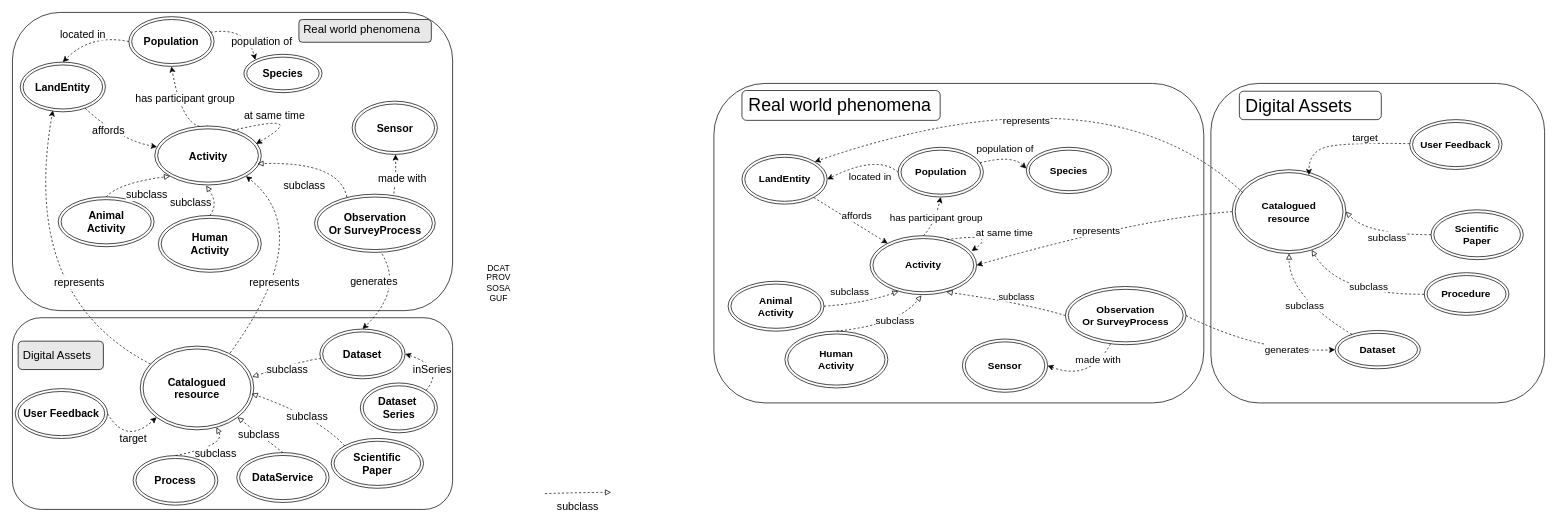
The draw.io diagram page "schemas article" (2 of 3) of docs/diagrams/model_KG.drawio in IntForOut/outdoorPressure, before the edit. Source tidied: cells renumbered, new cells numbered last; positions are measured from the earlier drawing's top-left corner, leaving out a move shared by most shapes. Both pictures are drawn from the tidied source at 71%, with x=0, y=0 at pixel (12, 12).
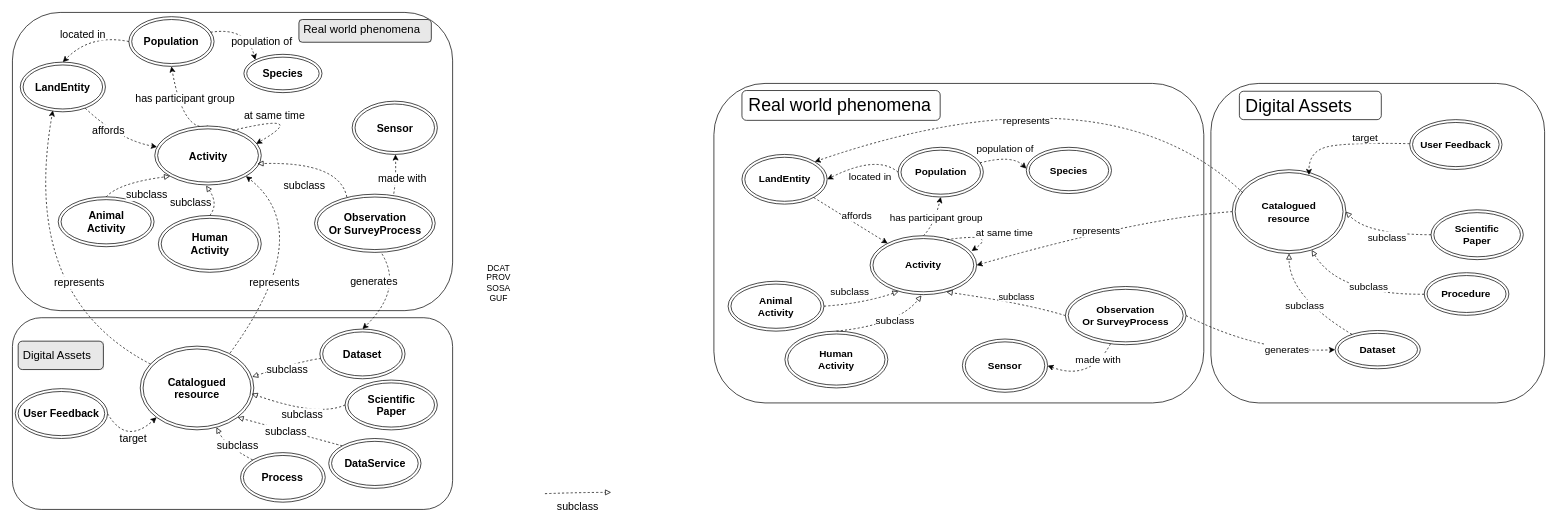
The same page after the edit.

Commit message:
Mettre à jour model_KG.drawio

Unchanged cells that the change refers to:
```xml
<mxCell id="63" value="&lt;b&gt;Catalogued &lt;br&gt;resource&lt;/b&gt;" style="ellipse;shape=doubleEllipse;whiteSpace=wrap;html=1;fontSize=15;fillColor=none;" parent="1" vertex="1">
  <mxGeometry x="180" y="470" width="160" height="117.9" as="geometry" />
</mxCell>
<mxCell id="78" value="&lt;b&gt;Dataset&lt;/b&gt;" style="ellipse;shape=doubleEllipse;whiteSpace=wrap;html=1;fontSize=15;fillColor=none;" parent="1" vertex="1">
  <mxGeometry x="433" y="446" width="120" height="70" as="geometry" />
</mxCell>
```

Diff of the diagram source:
```diff
@@
     <mxCell id="64" value="&lt;b&gt;Scientific&lt;/b&gt;&lt;div&gt;&lt;b&gt;Paper&lt;/b&gt;&lt;/div&gt;" style="ellipse;shape=doubleEllipse;whiteSpace=wrap;html=1;fontSize=15;" parent="1" vertex="1">
-      <mxGeometry x="449" y="600" width="130" height="70.2" as="geometry" />
+      <mxGeometry x="468.5" y="517.8" width="130" height="70.2" as="geometry" />
     </mxCell>
@@
-    <mxCell id="80" style="edgeStyle=none;html=1;rounded=0;curved=1;dashed=1;endArrow=block;endFill=0;fontSize=15;exitX=0.5;exitY=0;exitDx=0;exitDy=0;" parent="1" edge="1" source="82" target="63">
+    <mxCell id="80" style="edgeStyle=none;html=1;rounded=0;curved=1;dashed=1;endArrow=block;endFill=0;fontSize=15;exitX=0;exitY=0;exitDx=0;exitDy=0;" parent="1" edge="1" source="82" target="63">
       <mxGeometry relative="1" as="geometry">
         <Array as="points">
           <mxPoint x="300" y="610" />
         </Array>
       </mxGeometry>
     </mxCell>
@@
     <mxCell id="82" value="&lt;b&gt;&lt;span style=&quot;color: rgb(0, 0, 0);&quot;&gt;Process&lt;/span&gt;&lt;/b&gt;" style="ellipse;shape=doubleEllipse;whiteSpace=wrap;html=1;fontSize=15;fillColor=none;" parent="1" vertex="1">
-      <mxGeometry x="170" y="624.2" width="119.3" height="69.8" as="geometry" />
+      <mxGeometry x="321.3" y="620" width="119.3" height="69.8" as="geometry" />
     </mxCell>
@@
-    <mxCell id="92" style="edgeStyle=none;html=1;entryX=0.981;entryY=0.568;entryDx=0;entryDy=0;rounded=0;curved=1;dashed=1;endArrow=block;endFill=0;entryPerimeter=0;fontSize=15;exitX=0;exitY=0;exitDx=0;exitDy=0;" parent="1" edge="1" source="64" target="63">
+    <mxCell id="92" style="edgeStyle=none;html=1;entryX=0.981;entryY=0.568;entryDx=0;entryDy=0;rounded=0;curved=1;dashed=1;endArrow=block;endFill=0;entryPerimeter=0;fontSize=15;exitX=0;exitY=0.5;exitDx=0;exitDy=0;" parent="1" edge="1" source="64" target="63">
       <mxGeometry relative="1" as="geometry">
         <Array as="points">
           <mxPoint x="430.5" y="570" />
         </Array>
       </mxGeometry>
     </mxCell>
@@
-    <mxCell id="113" value="&lt;div&gt;&lt;b&gt;Dataset&amp;nbsp;&lt;/b&gt;&lt;/div&gt;&lt;div&gt;&lt;b&gt;Series&lt;/b&gt;&lt;/div&gt;" style="ellipse;shape=doubleEllipse;whiteSpace=wrap;html=1;fontSize=15;" parent="1" vertex="1">
-      <mxGeometry x="490" y="521.9" width="108.5" height="70.2" as="geometry" />
-    </mxCell>
     <mxCell id="114" value="&lt;b&gt;DataService&lt;/b&gt;" style="ellipse;shape=doubleEllipse;whiteSpace=wrap;html=1;fontSize=15;" parent="1" vertex="1">
-      <mxGeometry x="316" y="620" width="130" height="70.2" as="geometry" />
+      <mxGeometry x="445.5" y="600.1" width="130" height="70.2" as="geometry" />
     </mxCell>
-    <mxCell id="115" style="endArrow=block;html=1;rounded=0;exitX=0.5;exitY=0;exitDx=0;exitDy=0;entryX=1;entryY=1;entryDx=0;entryDy=0;curved=1;dashed=1;endFill=0;" parent="1" edge="1" source="114" target="63">
+    <mxCell id="115" style="endArrow=block;html=1;rounded=0;exitX=0;exitY=0;exitDx=0;exitDy=0;entryX=1;entryY=1;entryDx=0;entryDy=0;curved=1;dashed=1;endFill=0;" parent="1" edge="1" source="114" target="63">
       <mxGeometry relative="1" as="geometry" />
     </mxCell>
@@
-    <mxCell id="117" style="endArrow=classic;html=1;rounded=0;exitX=1;exitY=0;exitDx=0;exitDy=0;entryX=1;entryY=0.5;entryDx=0;entryDy=0;curved=1;dashed=1;" parent="1" edge="1" source="113" target="78">
-      <mxGeometry relative="1" as="geometry">
-        <Array as="points">
-          <mxPoint x="610" y="500" />
-        </Array>
-      </mxGeometry>
-    </mxCell>
-    <mxCell id="118" value="&lt;font style=&quot;font-size: 15px;&quot;&gt;inSeries&lt;/font&gt;" style="edgeLabel;html=1;align=center;verticalAlign=middle;" parent="117" vertex="1">
-      <mxGeometry x="-0.29" y="6" relative="1" as="geometry">
-        <mxPoint x="-11" y="1" as="offset" />
-      </mxGeometry>
-    </mxCell>
```
